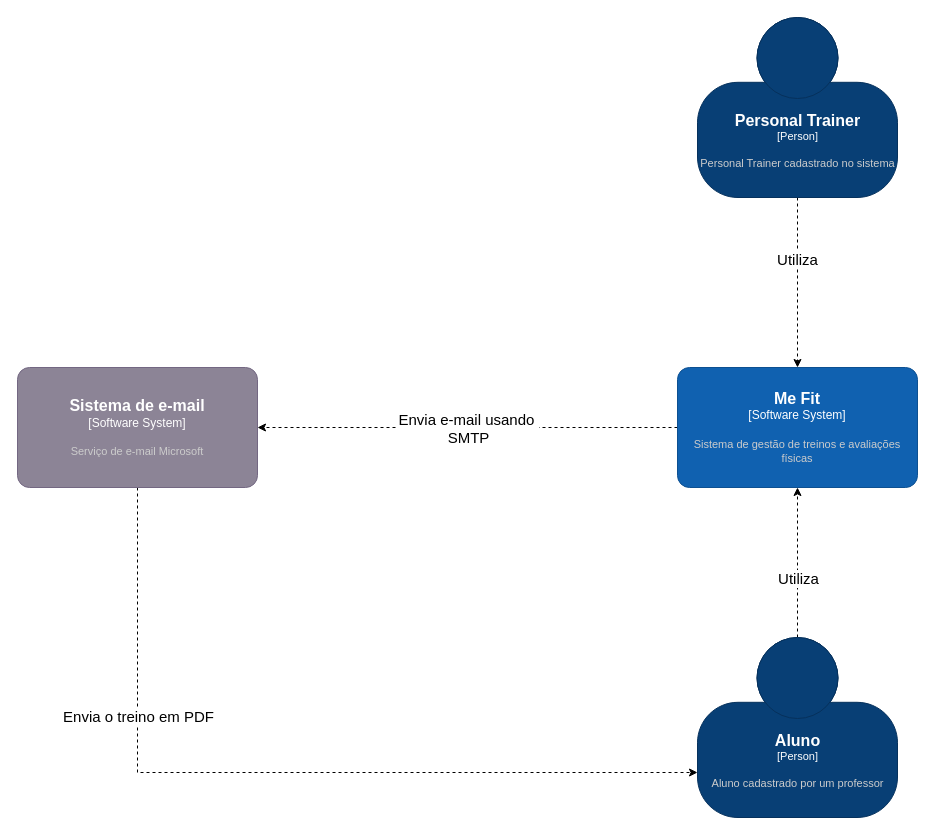
carloshsjbv/pucminas keeps this draw.io diagram as page "Context" (2 of 2) of docs/diagramas.drawio. Above is the earlier version. Source tidied: cells renumbered, new cells numbered last; positions are measured from the earlier drawing's top-left corner, leaving out a move shared by most shapes. Both pictures are drawn from the tidied source at 100%, with x=0, y=0 at pixel (17, 17).
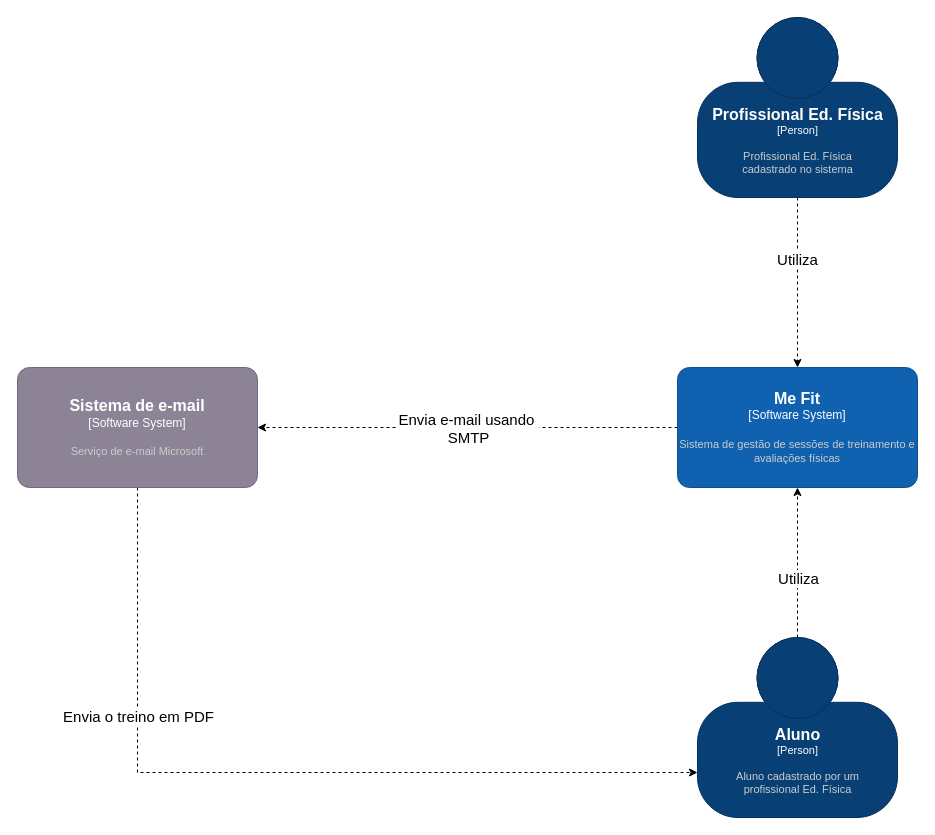
Above is the later version.

Commit message:
Ajustando termos dentro do diagrama de contexto

What changed in the source:
```diff
@@
 <mxGraphModel>
   <root>
     <mxCell id="0" />
     <mxCell id="1" parent="0" />
     <mxCell id="2" style="edgeStyle=orthogonalEdgeStyle;rounded=0;jettySize=auto;html=1;entryX=0.5;entryY=0;entryDx=0;entryDy=0;entryPerimeter=0;dashed=1;" parent="1" edge="1" source="4" target="7">
       <mxGeometry relative="1" as="geometry" />
     </mxCell>
     <mxCell id="3" value="&lt;font style=&quot;font-size: 15px ; background-color: rgb(255 , 255 , 255)&quot;&gt;Utiliza&lt;/font&gt;" style="edgeLabel;html=1;align=center;verticalAlign=middle;" parent="2" vertex="1">
       <mxGeometry x="-0.28" y="-1" relative="1" as="geometry" />
     </mxCell>
-    <object id="4" label="&lt;font style=&quot;font-size: 16px&quot;&gt;&lt;b&gt;%c4Name%&lt;/b&gt;&lt;/font&gt;&lt;div&gt;[%c4Type%]&lt;/div&gt;&lt;br&gt;&lt;div&gt;&lt;font style=&quot;font-size: 11px&quot;&gt;&lt;font color=&quot;#cccccc&quot;&gt;%c4Description%&lt;/font&gt;&lt;/div&gt;" c4Description="Personal Trainer cadastrado no sistema" c4Name="Personal Trainer" c4Type="Person" placeholders="1">
+    <object id="4" label="&lt;font style=&quot;font-size: 16px&quot;&gt;&lt;b&gt;%c4Name%&lt;/b&gt;&lt;/font&gt;&lt;div&gt;[%c4Type%]&lt;/div&gt;&lt;br&gt;&lt;div&gt;&lt;font style=&quot;font-size: 11px&quot;&gt;&lt;font color=&quot;#cccccc&quot;&gt;%c4Description%&lt;/font&gt;&lt;/div&gt;" c4Description="Profissional Ed. Física &#10;cadastrado no sistema" c4Name="Profissional Ed. Física" c4Type="Person" placeholders="1">
       <mxCell style="html=1;fontSize=11;dashed=0;whitespace=wrap;fillColor=#083F75;strokeColor=#06315C;fontColor=#ffffff;shape=mxgraph.c4.person2;align=center;points=[[0.5,0,0],[1,0.5,0],[1,0.75,0],[0.75,1,0],[0.5,1,0],[0.25,1,0],[0,0.75,0],[0,0.5,0]];" parent="1" vertex="1">
         <mxGeometry x="680" width="200" height="180" as="geometry" />
       </mxCell>
     </object>
     <mxCell id="5" style="edgeStyle=orthogonalEdgeStyle;rounded=0;jettySize=auto;html=1;entryX=1;entryY=0.5;entryDx=0;entryDy=0;entryPerimeter=0;dashed=1;" parent="1" edge="1" source="7" target="10">
       <mxGeometry relative="1" as="geometry" />
     </mxCell>
     <mxCell id="6" value="Envia e-mail usando&amp;nbsp;&lt;br&gt;SMTP" style="edgeLabel;html=1;align=center;verticalAlign=middle;fontSize=15;" parent="5" vertex="1">
       <mxGeometry x="0.15" y="-3" relative="1" as="geometry">
         <mxPoint x="31" y="3" as="offset" />
       </mxGeometry>
     </mxCell>
-    <object id="7" label="&lt;font style=&quot;font-size: 16px&quot;&gt;&lt;b&gt;%c4Name%&lt;/b&gt;&lt;/font&gt;&lt;div&gt;[%c4Type%]&lt;/div&gt;&lt;br&gt;&lt;div&gt;&lt;font style=&quot;font-size: 11px&quot;&gt;&lt;font color=&quot;#cccccc&quot;&gt;%c4Description%&lt;/font&gt;&lt;/div&gt;" c4Description="Sistema de gestão de treinos e avaliações físicas" c4Name="Me Fit" c4Type="Software System" placeholders="1">
+    <object id="7" label="&lt;font style=&quot;font-size: 16px&quot;&gt;&lt;b&gt;%c4Name%&lt;/b&gt;&lt;/font&gt;&lt;div&gt;[%c4Type%]&lt;/div&gt;&lt;br&gt;&lt;div&gt;&lt;font style=&quot;font-size: 11px&quot;&gt;&lt;font color=&quot;#cccccc&quot;&gt;%c4Description%&lt;/font&gt;&lt;/div&gt;" c4Description="Sistema de gestão de sessões de treinamento e avaliações físicas" c4Name="Me Fit" c4Type="Software System" placeholders="1">
       <mxCell style="rounded=1;whiteSpace=wrap;html=1;labelBackgroundColor=none;fillColor=#1061B0;fontColor=#ffffff;align=center;arcSize=10;strokeColor=#0D5091;points=[[0.25,0,0],[0.5,0,0],[0.75,0,0],[1,0.25,0],[1,0.5,0],[1,0.75,0],[0.75,1,0],[0.5,1,0],[0.25,1,0],[0,0.75,0],[0,0.5,0],[0,0.25,0]];" parent="1" vertex="1">
         <mxGeometry x="660" y="350" width="240" height="120" as="geometry" />
       </mxCell>
     </object>
     <mxCell id="8" style="edgeStyle=orthogonalEdgeStyle;rounded=0;jettySize=auto;html=1;entryX=0;entryY=0.75;entryDx=0;entryDy=0;entryPerimeter=0;dashed=1;exitX=0.5;exitY=1;exitDx=0;exitDy=0;exitPerimeter=0;" parent="1" edge="1" source="10" target="13">
       <mxGeometry relative="1" as="geometry" />
     </mxCell>
     <mxCell id="9" value="Envia o treino em PDF" style="edgeLabel;html=1;align=center;verticalAlign=middle;fontSize=15;" parent="8" vertex="1">
       <mxGeometry x="-0.47" y="1" relative="1" as="geometry">
         <mxPoint x="-1" y="4" as="offset" />
       </mxGeometry>
     </mxCell>
     <object id="10" label="&lt;font style=&quot;font-size: 16px&quot;&gt;&lt;b&gt;%c4Name%&lt;/b&gt;&lt;/font&gt;&lt;div&gt;[%c4Type%]&lt;/div&gt;&lt;br&gt;&lt;div&gt;&lt;font style=&quot;font-size: 11px&quot;&gt;&lt;font color=&quot;#cccccc&quot;&gt;%c4Description%&lt;/font&gt;&lt;/div&gt;" c4Description="Serviço de e-mail Microsoft" c4Name="Sistema de e-mail" c4Type="Software System" placeholders="1">
       <mxCell style="rounded=1;whiteSpace=wrap;html=1;labelBackgroundColor=none;fillColor=#8C8496;fontColor=#ffffff;align=center;arcSize=10;strokeColor=#736782;points=[[0.25,0,0],[0.5,0,0],[0.75,0,0],[1,0.25,0],[1,0.5,0],[1,0.75,0],[0.75,1,0],[0.5,1,0],[0.25,1,0],[0,0.75,0],[0,0.5,0],[0,0.25,0]];" parent="1" vertex="1">
         <mxGeometry y="350" width="240" height="120" as="geometry" />
       </mxCell>
     </object>
     <mxCell id="11" style="edgeStyle=orthogonalEdgeStyle;rounded=0;jettySize=auto;html=1;entryX=0.5;entryY=1;entryDx=0;entryDy=0;entryPerimeter=0;dashed=1;fontSize=15;" parent="1" edge="1" source="13" target="7">
       <mxGeometry relative="1" as="geometry" />
     </mxCell>
     <mxCell id="12" value="Utiliza" style="edgeLabel;html=1;align=center;verticalAlign=middle;fontSize=15;" parent="11" vertex="1">
       <mxGeometry x="0.23" y="2" relative="1" as="geometry">
         <mxPoint x="2" y="32" as="offset" />
       </mxGeometry>
     </mxCell>
-    <object id="13" label="&lt;font style=&quot;font-size: 16px&quot;&gt;&lt;b&gt;%c4Name%&lt;/b&gt;&lt;/font&gt;&lt;div&gt;[%c4Type%]&lt;/div&gt;&lt;br&gt;&lt;div&gt;&lt;font style=&quot;font-size: 11px&quot;&gt;&lt;font color=&quot;#cccccc&quot;&gt;%c4Description%&lt;/font&gt;&lt;/div&gt;" c4Description="Aluno cadastrado por um professor" c4Name="Aluno" c4Type="Person" placeholders="1">
+    <object id="13" label="&lt;font style=&quot;font-size: 16px&quot;&gt;&lt;b&gt;%c4Name%&lt;/b&gt;&lt;/font&gt;&lt;div&gt;[%c4Type%]&lt;/div&gt;&lt;br&gt;&lt;div&gt;&lt;font style=&quot;font-size: 11px&quot;&gt;&lt;font color=&quot;#cccccc&quot;&gt;%c4Description%&lt;/font&gt;&lt;/div&gt;" c4Description="Aluno cadastrado por um &#10;profissional Ed. Física" c4Name="Aluno" c4Type="Person" placeholders="1">
       <mxCell style="html=1;fontSize=11;dashed=0;whitespace=wrap;fillColor=#083F75;strokeColor=#06315C;fontColor=#ffffff;shape=mxgraph.c4.person2;align=center;points=[[0.5,0,0],[1,0.5,0],[1,0.75,0],[0.75,1,0],[0.5,1,0],[0.25,1,0],[0,0.75,0],[0,0.5,0]];" parent="1" vertex="1">
         <mxGeometry x="680" y="620" width="200" height="180" as="geometry" />
       </mxCell>
     </object>
   </root>
 </mxGraphModel>
```
